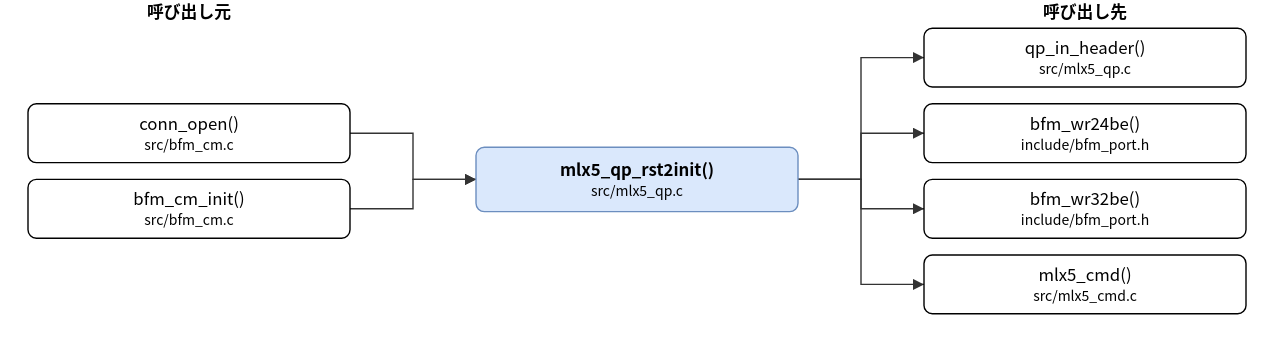
The draw.io diagram doc/spec/images/call_src_mlx5_qp-mlx5_qp_rst2init.drawio.svg in hf355051012-ai/bfmem, before a commit. Source tidied: cells renumbered, new cells last; positions are measured from the earlier drawing's top-left corner, leaving out a move shared by most shapes.
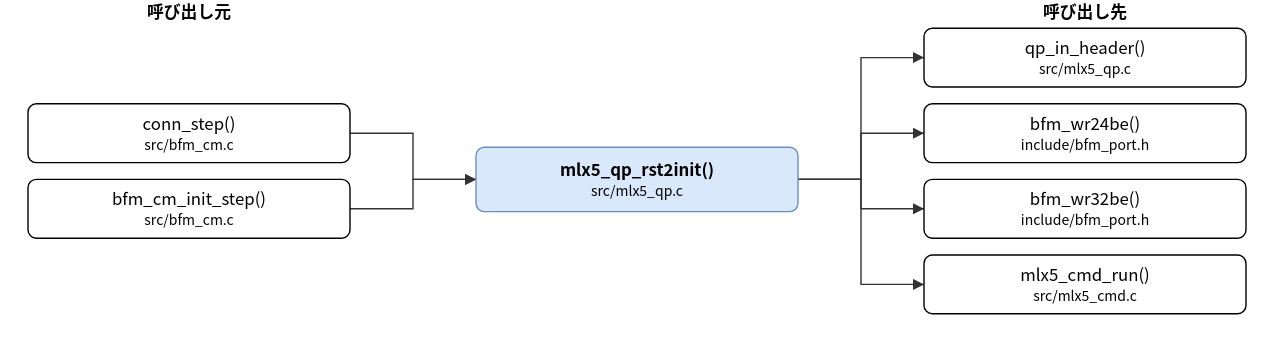
After the commit.

The edit, as a diff of the source:
```diff
@@ -5,10 +5,10 @@
     <mxCell id="2" value="mlx5_qp_rst2init()&lt;br&gt;&lt;font style=&quot;font-size:10px&quot;&gt;src/mlx5_qp.c&lt;/font&gt;" style="rounded=1;whiteSpace=wrap;html=1;fillColor=#dae8fc;strokeColor=#6c8ebf;fontStyle=1;" parent="1" vertex="1">
       <mxGeometry x="320" y="105" width="230" height="46" as="geometry" />
     </mxCell>
-    <mxCell id="3" value="conn_open()&lt;br&gt;&lt;font style=&quot;font-size:10px&quot;&gt;src/bfm_cm.c&lt;/font&gt;" style="rounded=1;whiteSpace=wrap;html=1;" parent="1" vertex="1">
+    <mxCell id="3" value="conn_step()&lt;br&gt;&lt;font style=&quot;font-size:10px&quot;&gt;src/bfm_cm.c&lt;/font&gt;" style="rounded=1;whiteSpace=wrap;html=1;" parent="1" vertex="1">
       <mxGeometry y="74" width="230" height="42" as="geometry" />
     </mxCell>
-    <mxCell id="4" value="bfm_cm_init()&lt;br&gt;&lt;font style=&quot;font-size:10px&quot;&gt;src/bfm_cm.c&lt;/font&gt;" style="rounded=1;whiteSpace=wrap;html=1;" parent="1" vertex="1">
+    <mxCell id="4" value="bfm_cm_init_step()&lt;br&gt;&lt;font style=&quot;font-size:10px&quot;&gt;src/bfm_cm.c&lt;/font&gt;" style="rounded=1;whiteSpace=wrap;html=1;" parent="1" vertex="1">
       <mxGeometry y="128" width="230" height="42" as="geometry" />
     </mxCell>
     <mxCell id="5" value="qp_in_header()&lt;br&gt;&lt;font style=&quot;font-size:10px&quot;&gt;src/mlx5_qp.c&lt;/font&gt;" style="rounded=1;whiteSpace=wrap;html=1;" parent="1" vertex="1">
@@ -20,7 +20,7 @@
     <mxCell id="7" value="bfm_wr32be()&lt;br&gt;&lt;font style=&quot;font-size:10px&quot;&gt;include/bfm_port.h&lt;/font&gt;" style="rounded=1;whiteSpace=wrap;html=1;" parent="1" vertex="1">
       <mxGeometry x="640" y="128" width="230" height="42" as="geometry" />
     </mxCell>
-    <mxCell id="8" value="mlx5_cmd()&lt;br&gt;&lt;font style=&quot;font-size:10px&quot;&gt;src/mlx5_cmd.c&lt;/font&gt;" style="rounded=1;whiteSpace=wrap;html=1;" parent="1" vertex="1">
+    <mxCell id="8" value="mlx5_cmd_run()&lt;br&gt;&lt;font style=&quot;font-size:10px&quot;&gt;src/mlx5_cmd.c&lt;/font&gt;" style="rounded=1;whiteSpace=wrap;html=1;" parent="1" vertex="1">
       <mxGeometry x="640" y="182" width="230" height="42" as="geometry" />
     </mxCell>
     <mxCell id="9" style="edgeStyle=none;html=1;rounded=0;endArrow=block;endFill=1;exitX=1.0000;exitY=0.5000;exitDx=0;exitDy=0;exitPerimeter=0;entryX=0.0000;entryY=0.5000;entryDx=0;entryDy=0;entryPerimeter=0;" parent="1" edge="1" source="3" target="2">
```
